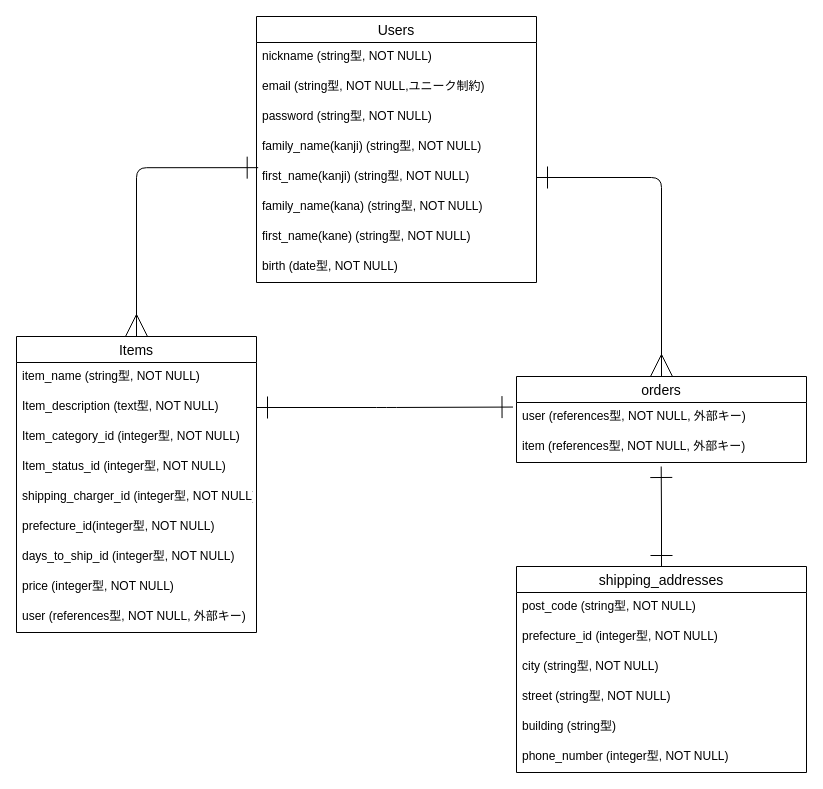
Above: furima-38535.dio in kota-aso/furima-38535 (draw.io), before the change. Source tidied: cells renumbered, new cells numbered last; positions are measured from the earlier drawing's top-left corner, leaving out a move shared by most shapes. Both pictures are drawn from the tidied source at 100%, with x=0, y=0 at pixel (16, 16).
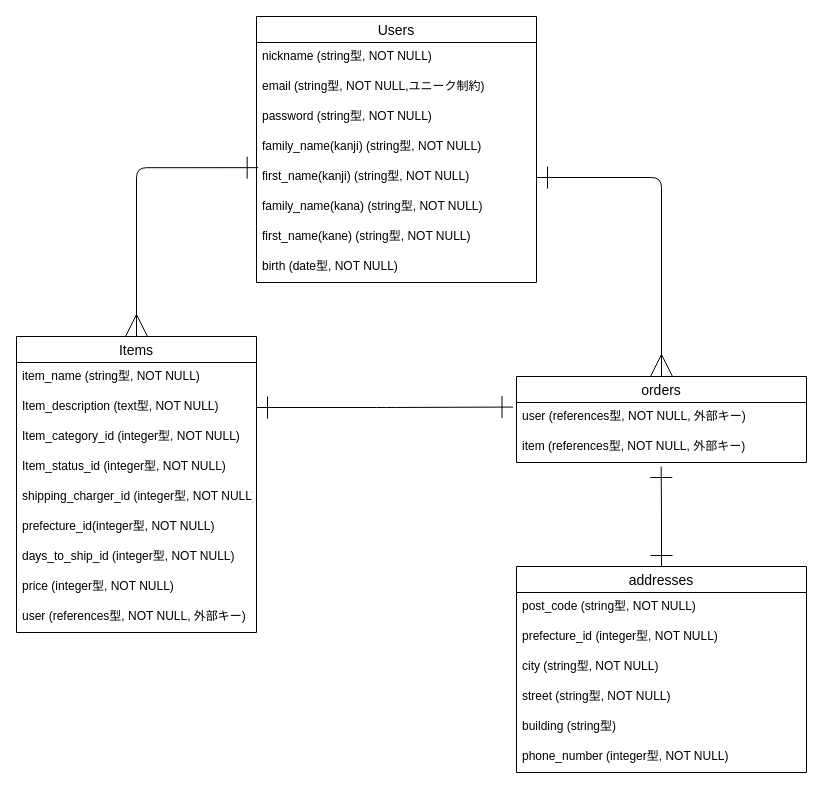
The same diagram, later.

Diff of the diagram source:
```diff
@@
-    <mxCell id="26" value="shipping_addresses" style="swimlane;fontStyle=0;horizontal=1;startSize=26;align=center;fontSize=14;" parent="1" vertex="1">
+    <mxCell id="26" value="addresses" style="swimlane;fontStyle=0;horizontal=1;startSize=26;align=center;fontSize=14;" parent="1" vertex="1">
       <mxGeometry x="500" y="550" width="290" height="206" as="geometry" />
     </mxCell>
```
